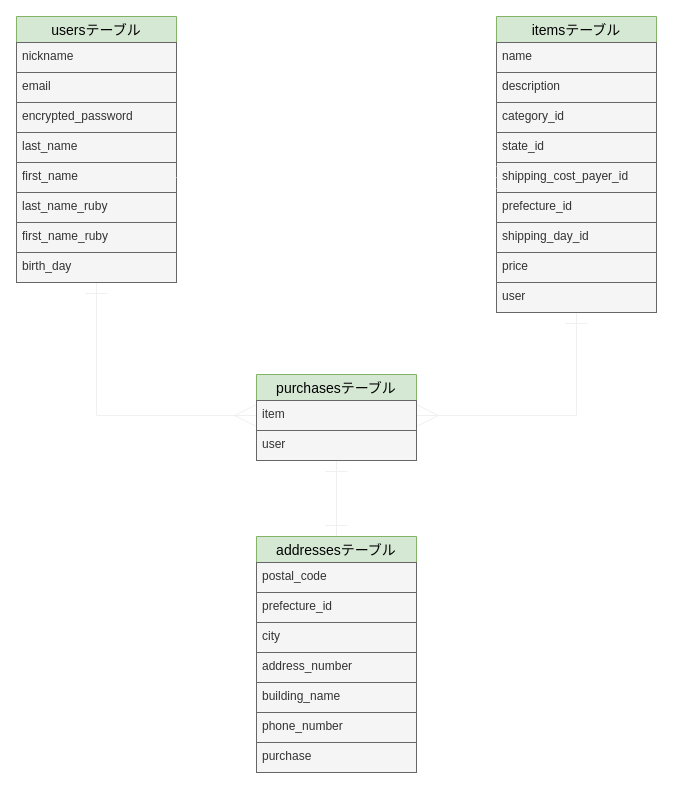
The draw.io diagram furima-ER.dio in KaichiAkazawa/furima-34397, before the edit. Source tidied: cells renumbered, new cells numbered last; positions are measured from the earlier drawing's top-left corner, leaving out a move shared by most shapes. Both pictures are drawn from the tidied source at 100%, with x=0, y=0 at pixel (16, 16).
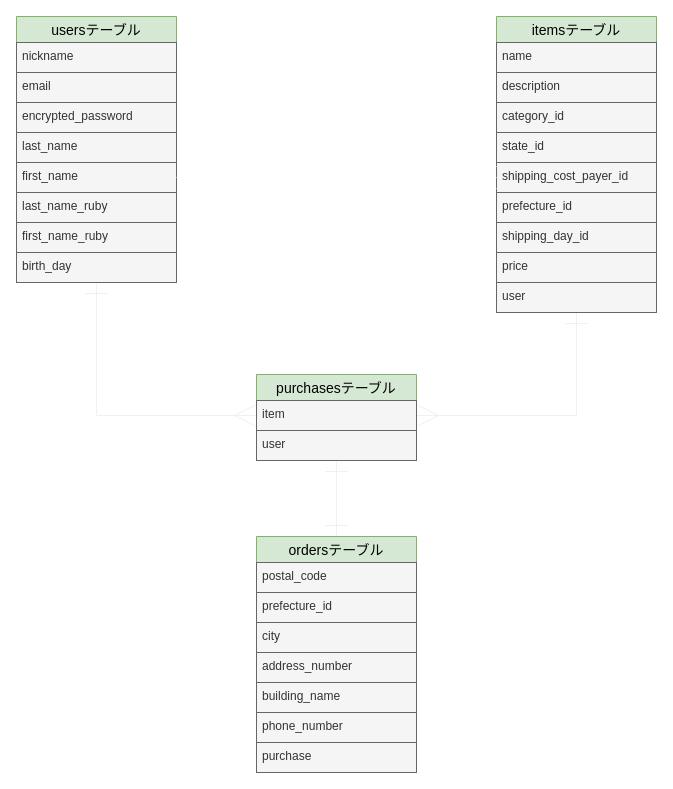
The same page after the edit.

Commit message (it also covers changes not shown here):
テーブル名変更

Diff of the diagram source:
```diff
@@
-    <mxCell id="27" value="addressesテーブル" style="swimlane;fontStyle=0;horizontal=1;startSize=26;align=center;fontSize=14;fillColor=#d5e8d4;strokeColor=#82b366;fontColor=#000000;" parent="1" vertex="1">
+    <mxCell id="27" value="ordersテーブル" style="swimlane;fontStyle=0;horizontal=1;startSize=26;align=center;fontSize=14;fillColor=#d5e8d4;strokeColor=#82b366;fontColor=#000000;" parent="1" vertex="1">
       <mxGeometry x="240" y="520" width="160" height="236" as="geometry" />
     </mxCell>
```
